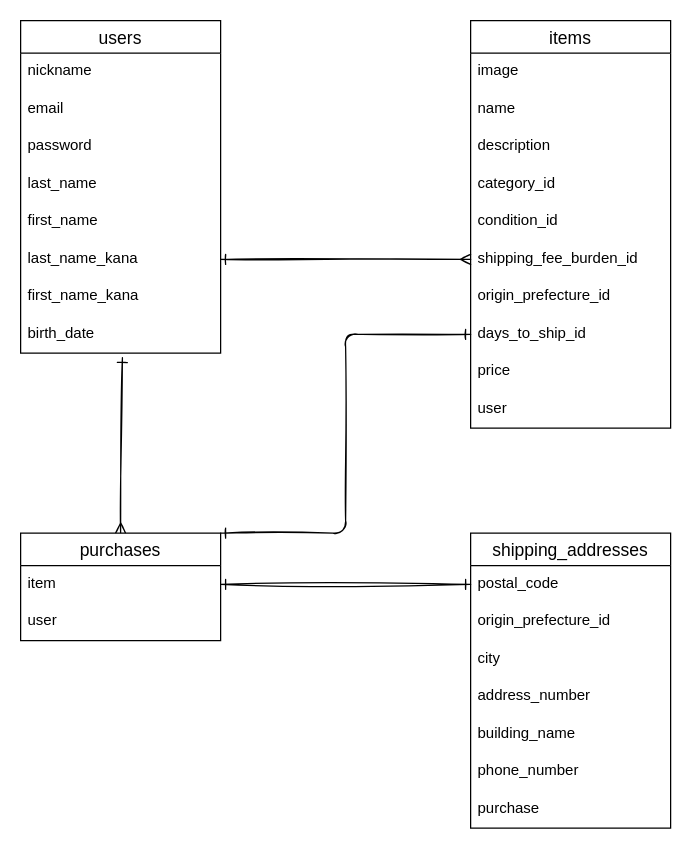
bebe-Rebecca/furima-39021 keeps this draw.io diagram as furima.dio. Above is the earlier version. Source tidied: cells renumbered, new cells numbered last; positions are measured from the earlier drawing's top-left corner, leaving out a move shared by most shapes. Both pictures are drawn from the tidied source at 125%, with x=0, y=0 at pixel (20, 20).
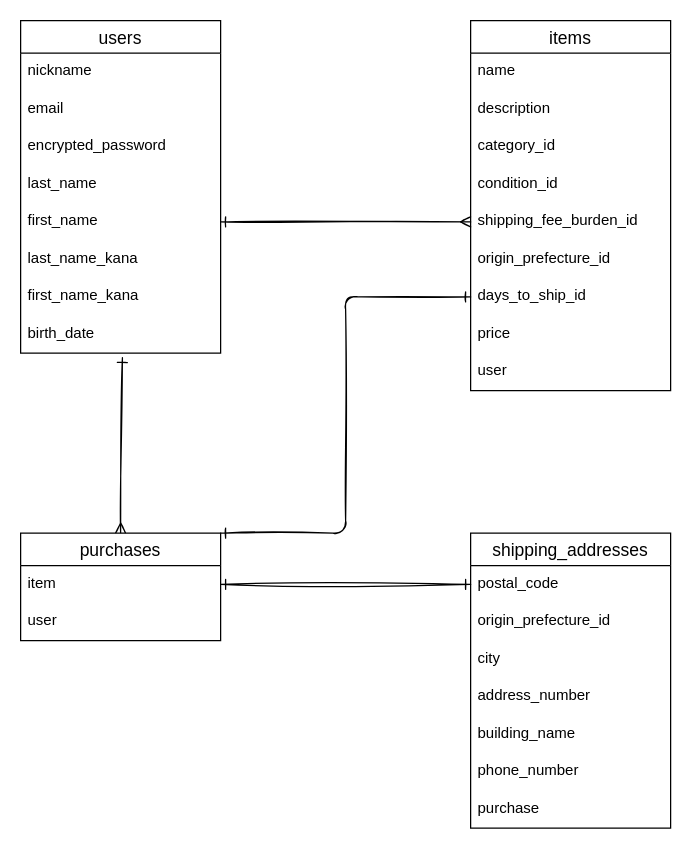
The same page after the edit.

Commit message (it also covers changes not shown here):
コードの修正

Unchanged cells that the change refers to:
```xml
<mxCell id="2" value="users" style="swimlane;fontStyle=0;horizontal=1;startSize=26;align=center;fontSize=14;" parent="1" vertex="1">
  <mxGeometry width="160" height="266" as="geometry" />
</mxCell>
<mxCell id="7" value="first_name" style="text;strokeColor=none;fillColor=none;spacingLeft=4;spacingRight=4;overflow=hidden;points=[[0,0.5],[1,0.5]];portConstraint=eastwest;fontSize=12;" parent="2" vertex="1">
  <mxGeometry y="146" width="160" height="30" as="geometry" />
</mxCell>
<mxCell id="8" value="last_name_kana" style="text;strokeColor=none;fillColor=none;spacingLeft=4;spacingRight=4;overflow=hidden;points=[[0,0.5],[1,0.5]];portConstraint=eastwest;fontSize=12;" parent="2" vertex="1">
  <mxGeometry y="176" width="160" height="30" as="geometry" />
</mxCell>
```

What changed in the source:
```diff
@@
-    <mxCell id="5" value="password" style="text;strokeColor=none;fillColor=none;spacingLeft=4;spacingRight=4;overflow=hidden;fontSize=12;" parent="2" vertex="1">
+    <mxCell id="5" value="encrypted_password" style="text;strokeColor=none;fillColor=none;spacingLeft=4;spacingRight=4;overflow=hidden;fontSize=12;" parent="2" vertex="1">
       <mxGeometry y="86" width="160" height="30" as="geometry" />
     </mxCell>
@@
     <mxCell id="11" value="items" style="swimlane;fontStyle=0;horizontal=1;startSize=26;align=center;fontSize=14;" parent="1" vertex="1">
-      <mxGeometry x="360" width="160" height="326" as="geometry" />
+      <mxGeometry x="360" width="160" height="296" as="geometry" />
     </mxCell>
-    <mxCell id="12" value="image" style="text;strokeColor=none;fillColor=none;spacingLeft=4;spacingRight=4;overflow=hidden;fontSize=12;" parent="11" vertex="1">
-      <mxGeometry y="26" width="160" height="30" as="geometry" />
-    </mxCell>
     <mxCell id="13" value="name" style="text;strokeColor=none;fillColor=none;spacingLeft=4;spacingRight=4;overflow=hidden;fontSize=12;" parent="11" vertex="1">
-      <mxGeometry y="56" width="160" height="30" as="geometry" />
+      <mxGeometry y="26" width="160" height="30" as="geometry" />
     </mxCell>
     <mxCell id="14" value="description" style="text;strokeColor=none;fillColor=none;spacingLeft=4;spacingRight=4;overflow=hidden;fontSize=12;" parent="11" vertex="1">
-      <mxGeometry y="86" width="160" height="30" as="geometry" />
+      <mxGeometry y="56" width="160" height="30" as="geometry" />
     </mxCell>
     <mxCell id="15" value="category_id" style="text;strokeColor=none;fillColor=none;spacingLeft=4;spacingRight=4;overflow=hidden;fontSize=12;" parent="11" vertex="1">
-      <mxGeometry y="116" width="160" height="30" as="geometry" />
+      <mxGeometry y="86" width="160" height="30" as="geometry" />
     </mxCell>
     <mxCell id="16" value="condition_id" style="text;strokeColor=none;fillColor=none;spacingLeft=4;spacingRight=4;overflow=hidden;fontSize=12;" parent="11" vertex="1">
-      <mxGeometry y="146" width="160" height="30" as="geometry" />
+      <mxGeometry y="116" width="160" height="30" as="geometry" />
     </mxCell>
     <mxCell id="17" value="shipping_fee_burden_id" style="text;strokeColor=none;fillColor=none;spacingLeft=4;spacingRight=4;overflow=hidden;points=[[0,0.5],[1,0.5]];portConstraint=eastwest;fontSize=12;" parent="11" vertex="1">
-      <mxGeometry y="176" width="160" height="30" as="geometry" />
+      <mxGeometry y="146" width="160" height="30" as="geometry" />
     </mxCell>
     <mxCell id="18" value="origin_prefecture_id" style="text;strokeColor=none;fillColor=none;spacingLeft=4;spacingRight=4;overflow=hidden;fontSize=12;" parent="11" vertex="1">
-      <mxGeometry y="206" width="160" height="30" as="geometry" />
+      <mxGeometry y="176" width="160" height="30" as="geometry" />
     </mxCell>
     <mxCell id="19" value="days_to_ship_id" style="text;strokeColor=none;fillColor=none;spacingLeft=4;spacingRight=4;overflow=hidden;points=[[0,0.5],[1,0.5]];portConstraint=eastwest;fontSize=12;" parent="11" vertex="1">
-      <mxGeometry y="236" width="160" height="30" as="geometry" />
+      <mxGeometry y="206" width="160" height="30" as="geometry" />
     </mxCell>
     <mxCell id="20" value="price" style="text;strokeColor=none;fillColor=none;spacingLeft=4;spacingRight=4;overflow=hidden;fontSize=12;" parent="11" vertex="1">
-      <mxGeometry y="266" width="160" height="30" as="geometry" />
+      <mxGeometry y="236" width="160" height="30" as="geometry" />
     </mxCell>
     <mxCell id="21" value="user" style="text;strokeColor=none;fillColor=none;spacingLeft=4;spacingRight=4;overflow=hidden;fontSize=12;" parent="11" vertex="1">
-      <mxGeometry y="296" width="160" height="30" as="geometry" />
+      <mxGeometry y="266" width="160" height="30" as="geometry" />
     </mxCell>
@@
-    <mxCell id="35" style="edgeStyle=none;sketch=1;html=1;exitX=1;exitY=0.5;exitDx=0;exitDy=0;entryX=0;entryY=0.5;entryDx=0;entryDy=0;startArrow=ERone;startFill=0;endArrow=ERmany;endFill=0;" parent="1" edge="1" source="8" target="17">
+    <mxCell id="35" style="edgeStyle=none;sketch=1;html=1;exitX=1;exitY=0.5;exitDx=0;exitDy=0;entryX=0;entryY=0.5;entryDx=0;entryDy=0;startArrow=ERone;startFill=0;endArrow=ERmany;endFill=0;" parent="1" edge="1" source="7" target="17">
       <mxGeometry relative="1" as="geometry" />
     </mxCell>
```
